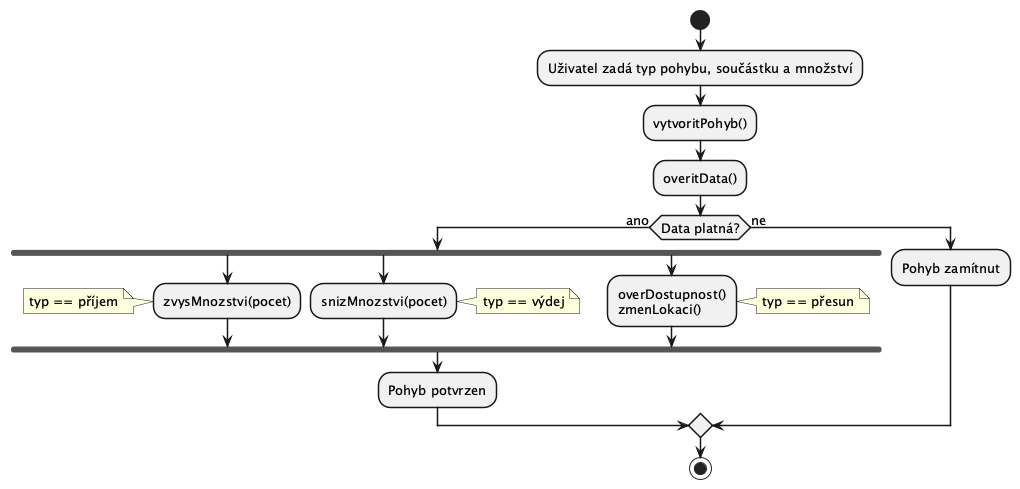
Before: docs/images/12_activity_wms.png, a diagram exported from PlantUML (lkvapil/wms-elektronicke-soucastky).
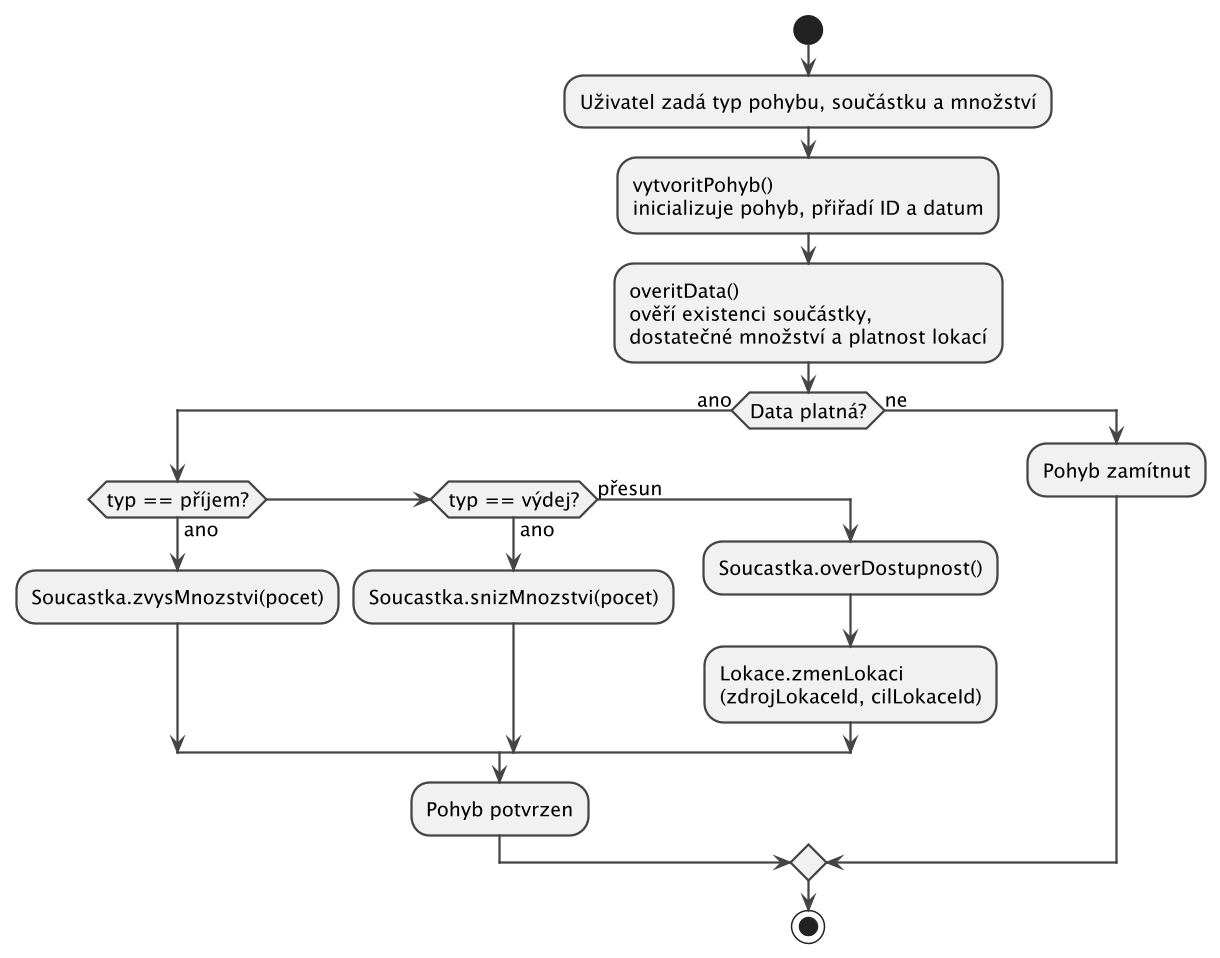
Later version of the same file.

Commit message:
docs: activity diagram větší (120% šířky)

What changed in the source:
```diff
@@ -1,29 +1,31 @@
 @startuml
+scale 1.5
 skinparam defaultFontSize 13
+skinparam ArrowThickness 1.5
 skinparam ActivityBorderThickness 1.5
-skinparam ArrowThickness 1.5
 skinparam ActivityDiamondBorderThickness 1.5
+skinparam ActivityBorderColor #444444
+skinparam ActivityDiamondBorderColor #444444
+skinparam ArrowColor #444444
 
 start
 
 :Uživatel zadá typ pohybu, součástku a množství;
 
-:vytvoritPohyb();
+:vytvoritPohyb()\ninicializuje pohyb, přiřadí ID a datum;
 
-:overitData();
+:overitData()\nověří existenci součástky,\ndostatečné množství a platnost lokací;
 
 if (Data platná?) then (ano)
 
-  fork
-    :zvysMnozstvi(pocet);
-    note left: typ == příjem
-  fork again
-    :snizMnozstvi(pocet);
-    note right: typ == výdej
-  fork again
-    :overDostupnost()\nzmenLokaci();
-    note right: typ == přesun
-  end fork
+  if (typ == příjem?) then (ano)
+    :Soucastka.zvysMnozstvi(pocet);
+  elseif (typ == výdej?) then (ano)
+    :Soucastka.snizMnozstvi(pocet);
+  else (přesun)
+    :Soucastka.overDostupnost();
+    :Lokace.zmenLokaci\n(zdrojLokaceId, cilLokaceId);
+  endif
 
   :Pohyb potvrzen;
 
```
